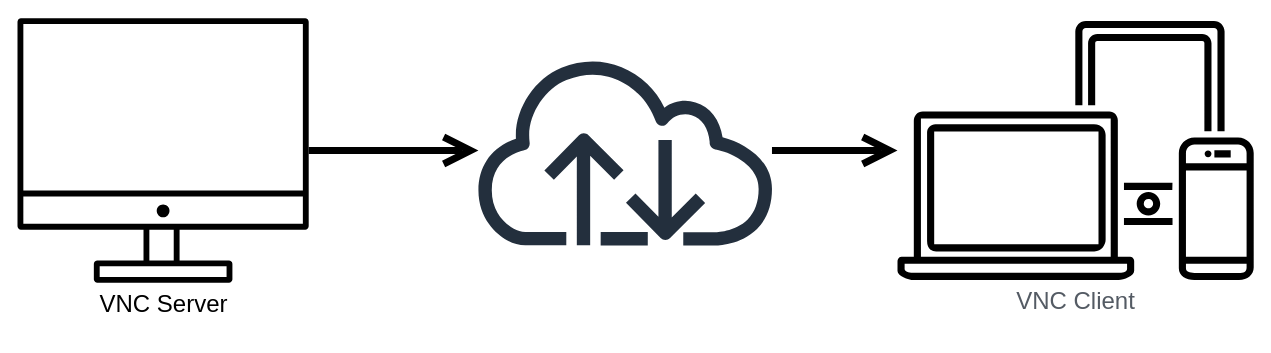
The draw.io diagram SmarterTec RealVNC.drawio in noelchiocchetti/SmarterTec, before the edit. Source tidied: cells renumbered, new cells numbered last; positions are measured from the earlier drawing's top-left corner, leaving out a move shared by most shapes. Both pictures are drawn from the tidied source at 100%, with x=0, y=0 at pixel (17, 17).
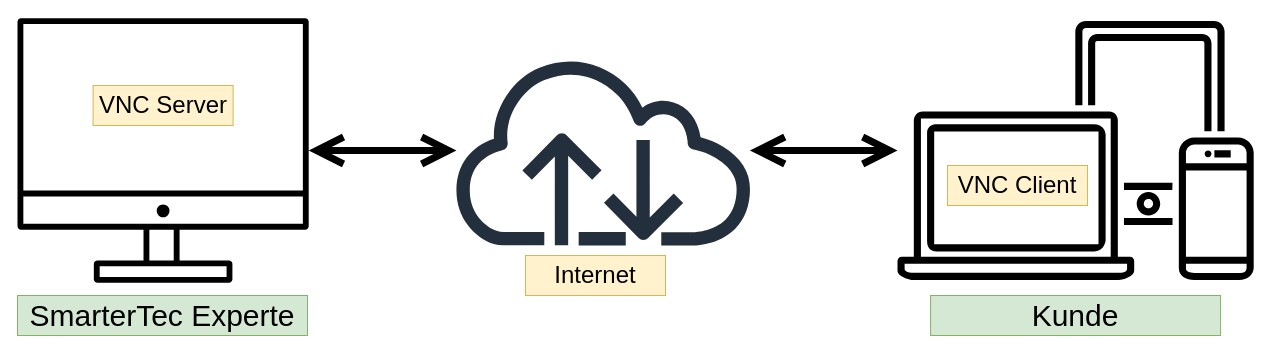
Above is the later version.

Change to the diagram source:
```diff
@@
 <mxGraphModel>
   <root>
     <mxCell id="0" />
     <mxCell id="1" parent="0" />
-    <mxCell id="2" value="&lt;font style=&quot;font-size: 24px;&quot;&gt;VNC Client&lt;/font&gt;" style="sketch=0;outlineConnect=0;gradientColor=none;fontColor=#545B64;strokeColor=none;fillColor=#000000;dashed=0;verticalLabelPosition=bottom;verticalAlign=top;align=center;html=1;fontSize=12;fontStyle=0;shape=mxgraph.aws4.illustration_devices;" parent="1" vertex="1">
+    <mxCell id="2" style="sketch=0;outlineConnect=0;gradientColor=none;fontColor=#545B64;strokeColor=none;fillColor=#000000;dashed=0;verticalLabelPosition=bottom;verticalAlign=top;align=center;html=1;fontSize=12;fontStyle=0;shape=mxgraph.aws4.illustration_devices;" parent="1" vertex="1">
       <mxGeometry x="880" y="3" width="356.2" height="260" as="geometry" />
     </mxCell>
-    <mxCell id="3" value="&lt;font style=&quot;font-size: 24px;&quot;&gt;VNC Server&lt;/font&gt;" style="sketch=0;outlineConnect=0;strokeColor=#9673a6;fillColor=#000000;dashed=0;verticalLabelPosition=bottom;verticalAlign=top;align=center;html=1;fontSize=12;fontStyle=0;shape=mxgraph.aws4.illustration_desktop;" parent="1" vertex="1">
+    <mxCell id="3" style="sketch=0;outlineConnect=0;strokeColor=#9673a6;fillColor=#000000;dashed=0;verticalLabelPosition=bottom;verticalAlign=top;align=center;html=1;fontSize=12;fontStyle=0;shape=mxgraph.aws4.illustration_desktop;" parent="1" vertex="1">
       <mxGeometry y="0.5" width="291.2" height="265" as="geometry" />
     </mxCell>
     <mxCell id="4" style="sketch=0;outlineConnect=0;fontColor=#232F3E;gradientColor=none;fillColor=#232F3D;strokeColor=none;dashed=0;verticalLabelPosition=bottom;verticalAlign=top;align=center;html=1;fontSize=12;fontStyle=0;shape=mxgraph.aws4.internet;" parent="1" vertex="1">
-      <mxGeometry x="453.3" y="38" width="308.8" height="190" as="geometry" />
+      <mxGeometry x="431.3" y="38" width="308.8" height="190" as="geometry" />
     </mxCell>
-    <mxCell id="5" style="edgeStyle=orthogonalEdgeStyle;html=1;endArrow=open;elbow=vertical;startArrow=none;endFill=0;strokeColor=#000000;rounded=0;strokeWidth=7;endSize=20;" parent="1" edge="1" source="3" target="4">
+    <mxCell id="5" style="edgeStyle=orthogonalEdgeStyle;html=1;endArrow=open;elbow=vertical;startArrow=open;endFill=0;strokeColor=#000000;rounded=0;strokeWidth=7;endSize=20;startFill=0;startSize=20;" parent="1" edge="1" source="3" target="4">
       <mxGeometry relative="1" as="geometry" />
     </mxCell>
-    <mxCell id="6" style="edgeStyle=orthogonalEdgeStyle;html=1;endArrow=open;elbow=vertical;startArrow=none;endFill=0;strokeColor=#000000;rounded=0;strokeWidth=7;endSize=20;" parent="1" edge="1" source="4" target="2">
+    <mxCell id="6" style="edgeStyle=orthogonalEdgeStyle;html=1;endArrow=open;elbow=vertical;startArrow=open;endFill=0;strokeColor=#000000;rounded=0;strokeWidth=7;endSize=20;startFill=0;startSize=20;" parent="1" edge="1" source="4" target="2">
       <mxGeometry relative="1" as="geometry" />
     </mxCell>
+    <mxCell id="7" value="VNC Server" style="whiteSpace=wrap;html=1;fillColor=#fff2cc;strokeColor=#d6b656;fontSize=24;" parent="1" vertex="1">
+      <mxGeometry x="75.6" y="68" width="140" height="40" as="geometry" />
+    </mxCell>
+    <mxCell id="8" value="VNC Client" style="whiteSpace=wrap;html=1;fillColor=#fff2cc;strokeColor=#d6b656;fontSize=24;" parent="1" vertex="1">
+      <mxGeometry x="930" y="148" width="140" height="40" as="geometry" />
+    </mxCell>
+    <mxCell id="9" value="Internet" style="whiteSpace=wrap;html=1;fillColor=#fff2cc;strokeColor=#d6b656;fontSize=24;" parent="1" vertex="1">
+      <mxGeometry x="508" y="238" width="140" height="40" as="geometry" />
+    </mxCell>
+    <mxCell id="10" value="SmarterTec Experte" style="whiteSpace=wrap;html=1;fillColor=#d5e8d4;strokeColor=#82b366;fontSize=30;" parent="1" vertex="1">
+      <mxGeometry y="278" width="290" height="40" as="geometry" />
+    </mxCell>
+    <mxCell id="11" value="Kunde" style="whiteSpace=wrap;html=1;fillColor=#d5e8d4;strokeColor=#82b366;fontSize=30;" parent="1" vertex="1">
+      <mxGeometry x="913.1" y="278" width="290" height="40" as="geometry" />
+    </mxCell>
   </root>
 </mxGraphModel>
```
